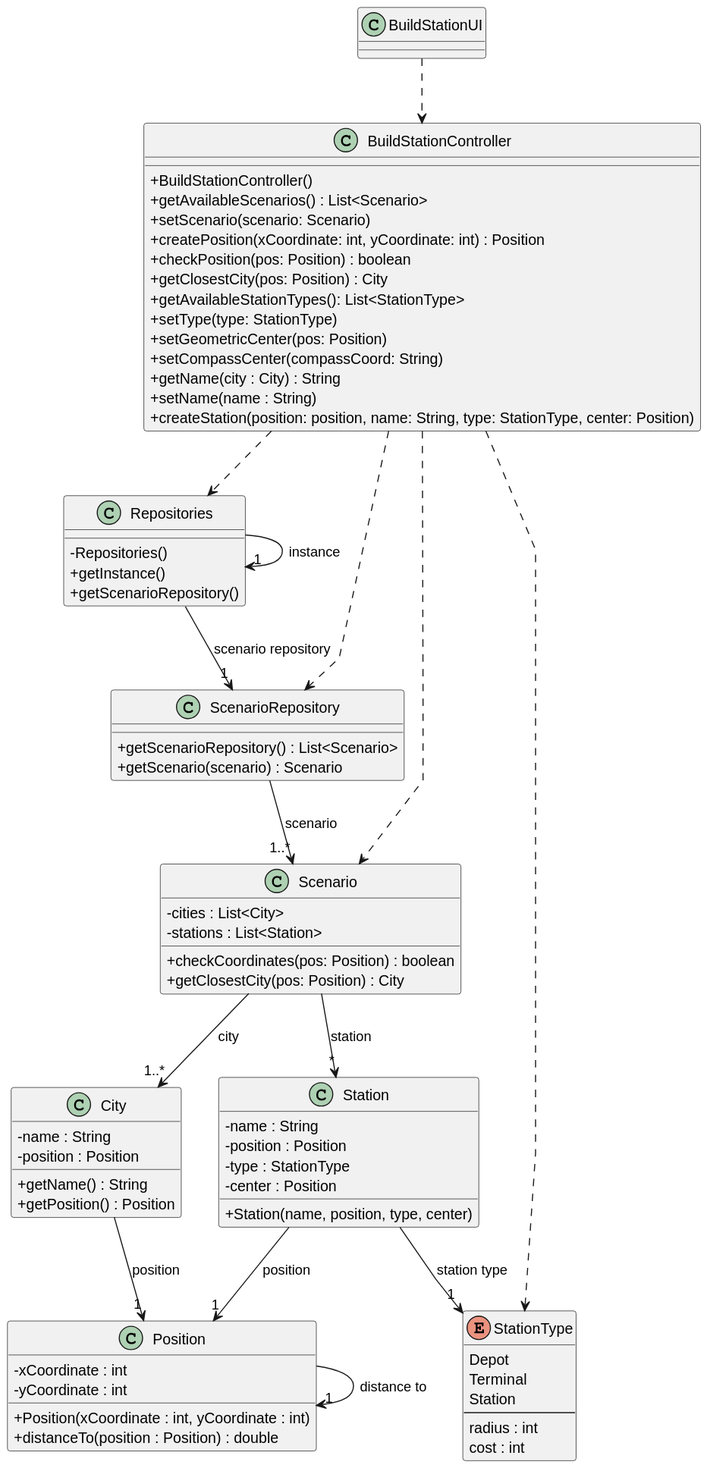
1240935/pi2-railway-simulator keeps this PlantUML diagram as Sprint2/US005/03.design/svg/US005-CD.svg. Above is the earlier version.
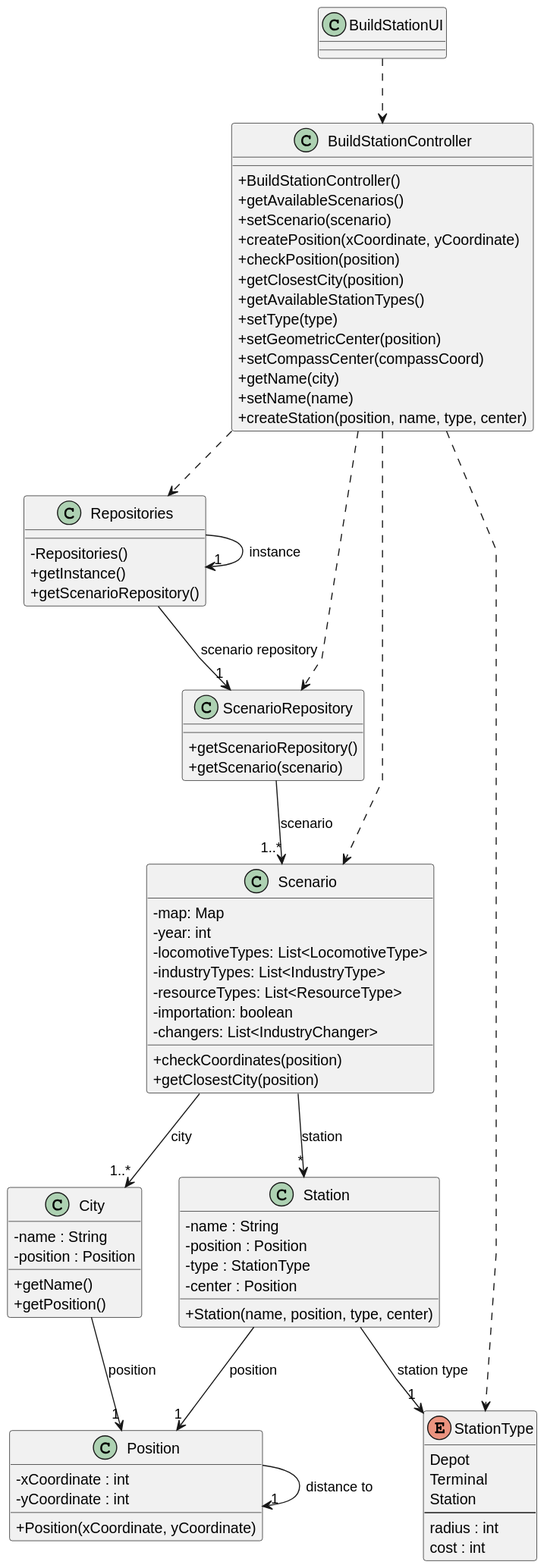
The same diagram one commit later.

Change to the diagram source:
```diff
@@ -11,18 +11,18 @@
 
 class BuildStationController {
   +BuildStationController()
-  +getAvailableScenarios() : List<Scenario>
-  +setScenario(scenario: Scenario)
-  +createPosition(xCoordinate: int, yCoordinate: int) : Position
-  +checkPosition(pos: Position) : boolean
-  +getClosestCity(pos: Position) : City
-  +getAvailableStationTypes(): List<StationType>
-  +setType(type: StationType)
-  +setGeometricCenter(pos: Position)
-  +setCompassCenter(compassCoord: String)
-  +getName(city : City) : String
-  +setName(name : String)
-  +createStation(position: position, name: String, type: StationType, center: Position)
+  +getAvailableScenarios()
+  +setScenario(scenario)
+  +createPosition(xCoordinate, yCoordinate)
+  +checkPosition(position)
+  +getClosestCity(position)
+  +getAvailableStationTypes()
+  +setType(type)
+  +setGeometricCenter(position)
+  +setCompassCenter(compassCoord)
+  +getName(city)
+  +setName(name)
+  +createStation(position, name, type, center)
 }
 
 class Repositories {
@@ -32,17 +32,22 @@
   }
 
 class Scenario {
-  -cities : List<City>
-  -stations : List<Station>
-  +checkCoordinates(pos: Position) : boolean
-  +getClosestCity(pos: Position) : City
+  -map: Map
+  -year: int
+  -locomotiveTypes: List<LocomotiveType>
+  -industryTypes: List<IndustryType>
+  -resourceTypes: List<ResourceType>
+  -importation: boolean
+  -changers: List<IndustryChanger>
+  +checkCoordinates(position)
+  +getClosestCity(position)
 }
 
 class City {
   -name : String
   -position : Position
-  +getName() : String
-  +getPosition() : Position
+  +getName()
+  +getPosition()
 }
 
 class Station {
@@ -56,8 +61,7 @@
 class Position {
   -xCoordinate : int
   -yCoordinate : int
-  +Position(xCoordinate : int, yCoordinate : int)
-  +distanceTo(position : Position) : double
+  +Position(xCoordinate, yCoordinate)
 }
 
 enum StationType {
@@ -70,8 +74,8 @@
 }
 
 class ScenarioRepository {
-  +getScenarioRepository() : List<Scenario>
-  +getScenario(scenario) : Scenario
+  +getScenarioRepository()
+  +getScenario(scenario)
 }
 
 BuildStationUI ..> BuildStationController
```
